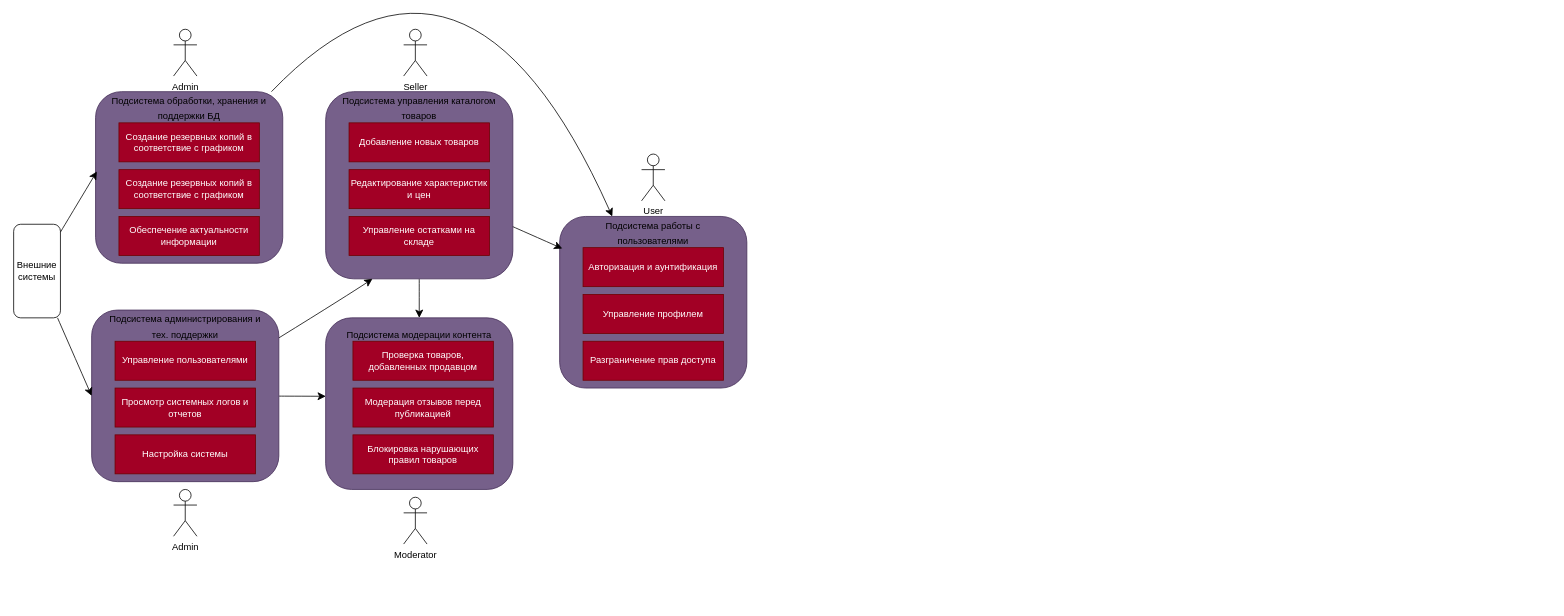
Above: ПИС_3.drawio in mopsin666/AKMS (draw.io), before the change. Source tidied: cells renumbered, new cells numbered last; positions are measured from the earlier drawing's top-left corner, leaving out a move shared by most shapes. Both pictures are drawn from the tidied source at 78%, with x=0, y=0 at pixel (13, -112).
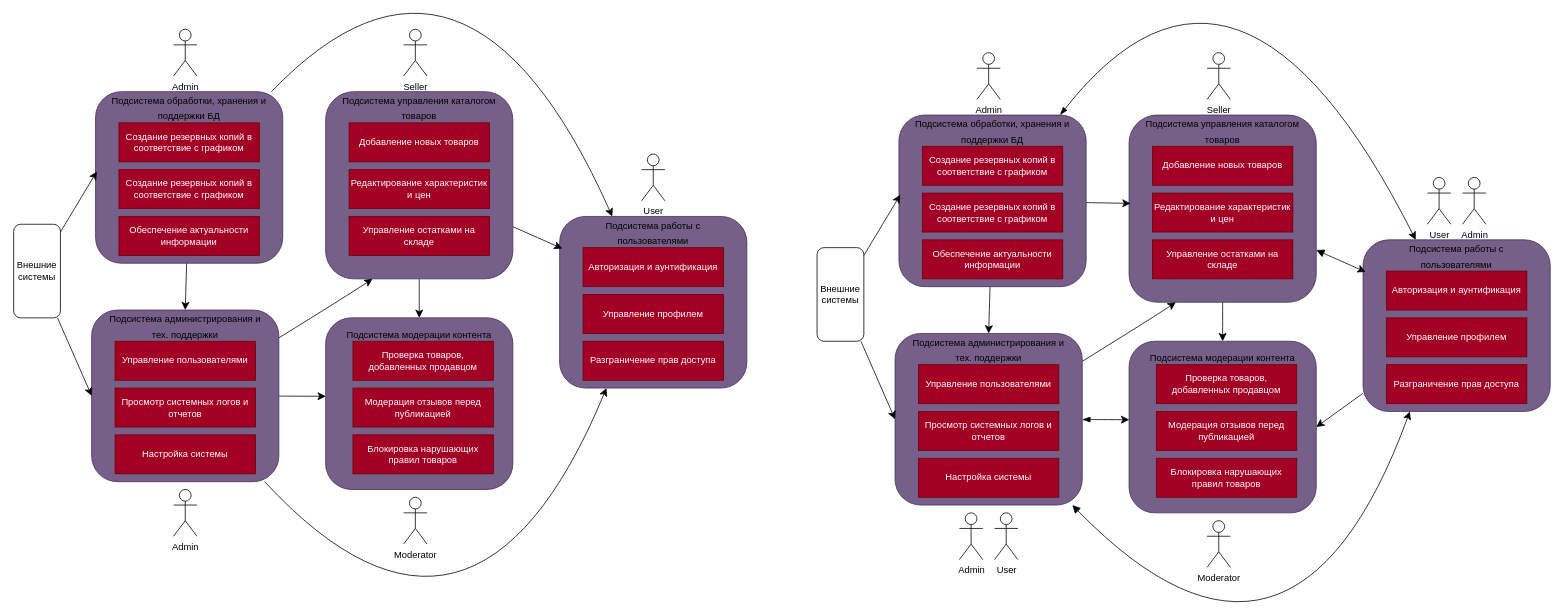
Above is the later version.

Unchanged cells that the change refers to:
```xml
<mxCell id="3" style="rounded=1;whiteSpace=wrap;html=1;fillColor=#76608a;fontColor=#ffffff;strokeColor=#432D57;" parent="1" vertex="1">
  <mxGeometry x="105" y="260" width="240" height="220" as="geometry" />
</mxCell>
<mxCell id="14" style="rounded=1;whiteSpace=wrap;html=1;fillColor=#76608a;fontColor=#ffffff;strokeColor=#432D57;" parent="1" vertex="1">
  <mxGeometry x="700" y="420" width="240" height="220" as="geometry" />
</mxCell>
<mxCell id="22" style="rounded=1;whiteSpace=wrap;html=1;fillColor=#76608a;fontColor=#ffffff;strokeColor=#432D57;" parent="1" vertex="1">
  <mxGeometry x="100" y="540" width="240" height="220" as="geometry" />
</mxCell>
<mxCell id="24" value="&lt;font style=&quot;font-size: 12px;&quot;&gt;Подсистема администрирования и тех. поддержки&lt;/font&gt;" style="text;html=1;whiteSpace=wrap;strokeColor=none;fillColor=none;align=center;verticalAlign=middle;rounded=0;fontSize=16;" parent="1" vertex="1">
  <mxGeometry x="115" y="540" width="210" height="40" as="geometry" />
</mxCell>
```

The edit, as a diff of the source:
```diff
@@
+    <mxCell id="40" style="edgeStyle=none;curved=1;rounded=0;jettySize=auto;html=1;entryX=0.5;entryY=0;entryDx=0;entryDy=0;fontSize=12;startSize=8;endSize=8;" parent="1" edge="1" source="3" target="24">
+      <mxGeometry relative="1" as="geometry" />
+    </mxCell>
@@
+    <mxCell id="41" style="edgeStyle=none;curved=1;rounded=0;jettySize=auto;html=1;entryX=0.25;entryY=1;entryDx=0;entryDy=0;fontSize=12;startSize=8;endSize=8;" parent="1" edge="1" source="22" target="14">
+      <mxGeometry relative="1" as="geometry">
+        <Array as="points">
+          <mxPoint x="590" y="1050" />
+        </Array>
+      </mxGeometry>
+    </mxCell>
@@
+    <mxCell id="42" style="edgeStyle=none;curved=1;rounded=0;jettySize=auto;html=1;entryX=0.25;entryY=0;entryDx=0;entryDy=0;fontSize=12;startSize=8;endSize=8;startArrow=blockThin;startFill=1;" parent="1" edge="1" source="44" target="58">
+      <mxGeometry relative="1" as="geometry">
+        <Array as="points">
+          <mxPoint x="1570" />
+        </Array>
+      </mxGeometry>
+    </mxCell>
+    <mxCell id="43" style="edgeStyle=none;curved=1;rounded=0;jettySize=auto;html=1;entryX=0.5;entryY=0;entryDx=0;entryDy=0;fontSize=12;startSize=8;endSize=8;" parent="1" edge="1" source="44" target="67">
+      <mxGeometry relative="1" as="geometry" />
+    </mxCell>
+    <mxCell id="44" style="rounded=1;whiteSpace=wrap;html=1;fillColor=#76608a;fontColor=#ffffff;strokeColor=#432D57;" parent="1" vertex="1">
+      <mxGeometry x="1135" y="290" width="240" height="220" as="geometry" />
+    </mxCell>
+    <mxCell id="45" value="Admin" style="shape=umlActor;verticalLabelPosition=bottom;verticalAlign=top;html=1;" parent="1" vertex="1">
+      <mxGeometry x="1235" y="210" width="30" height="60" as="geometry" />
+    </mxCell>
+    <mxCell id="46" value="&lt;font style=&quot;font-size: 12px;&quot;&gt;Подсистема обработки, хранения и поддержки БД&lt;/font&gt;" style="text;html=1;whiteSpace=wrap;strokeColor=none;fillColor=none;align=center;verticalAlign=middle;rounded=0;fontSize=16;" parent="1" vertex="1">
+      <mxGeometry x="1150" y="290" width="210" height="40" as="geometry" />
+    </mxCell>
+    <mxCell id="47" value="Создание резервных копий в соответствие с графиком" style="rounded=0;whiteSpace=wrap;html=1;fillColor=#a20025;fontColor=#ffffff;strokeColor=#6F0000;" parent="1" vertex="1">
+      <mxGeometry x="1165" y="330" width="180" height="50" as="geometry" />
+    </mxCell>
+    <mxCell id="48" value="Создание резервных копий в соответствие с графиком" style="rounded=0;whiteSpace=wrap;html=1;fillColor=#a20025;fontColor=#ffffff;strokeColor=#6F0000;" parent="1" vertex="1">
+      <mxGeometry x="1165" y="390" width="180" height="50" as="geometry" />
+    </mxCell>
+    <mxCell id="49" value="Обеспечение актуальности информации" style="rounded=0;whiteSpace=wrap;html=1;fillColor=#a20025;fontColor=#ffffff;strokeColor=#6F0000;" parent="1" vertex="1">
+      <mxGeometry x="1165" y="450" width="180" height="50" as="geometry" />
+    </mxCell>
+    <mxCell id="50" style="edgeStyle=none;curved=1;rounded=0;jettySize=auto;html=1;entryX=0.5;entryY=0;entryDx=0;entryDy=0;fontSize=12;startSize=8;endSize=8;" parent="1" edge="1" source="51" target="61">
+      <mxGeometry relative="1" as="geometry" />
+    </mxCell>
+    <mxCell id="51" style="rounded=1;whiteSpace=wrap;html=1;fillColor=#76608a;fontColor=#ffffff;strokeColor=#432D57;" parent="1" vertex="1">
+      <mxGeometry x="1430" y="290" width="240" height="240" as="geometry" />
+    </mxCell>
+    <mxCell id="52" value="Seller" style="shape=umlActor;verticalLabelPosition=bottom;verticalAlign=top;html=1;" parent="1" vertex="1">
+      <mxGeometry x="1530" y="210" width="30" height="60" as="geometry" />
+    </mxCell>
+    <mxCell id="53" value="&lt;font style=&quot;font-size: 12px;&quot;&gt;Подсистема управления каталогом товаров&lt;/font&gt;" style="text;html=1;whiteSpace=wrap;strokeColor=none;fillColor=none;align=center;verticalAlign=middle;rounded=0;fontSize=16;" parent="1" vertex="1">
+      <mxGeometry x="1445" y="290" width="210" height="40" as="geometry" />
+    </mxCell>
+    <mxCell id="54" value="Добавление новых товаров" style="rounded=0;whiteSpace=wrap;html=1;fillColor=#a20025;fontColor=#ffffff;strokeColor=#6F0000;" parent="1" vertex="1">
+      <mxGeometry x="1460" y="330" width="180" height="50" as="geometry" />
+    </mxCell>
+    <mxCell id="55" style="edgeStyle=none;curved=1;rounded=0;jettySize=auto;html=1;entryX=1;entryY=0.5;entryDx=0;entryDy=0;fontSize=12;startSize=8;endSize=8;" parent="1" edge="1" source="56" target="59">
+      <mxGeometry relative="1" as="geometry" />
+    </mxCell>
+    <mxCell id="56" style="rounded=1;whiteSpace=wrap;html=1;fillColor=#76608a;fontColor=#ffffff;strokeColor=#432D57;" parent="1" vertex="1">
+      <mxGeometry x="1730" y="450" width="240" height="220" as="geometry" />
+    </mxCell>
+    <mxCell id="57" value="User" style="shape=umlActor;verticalLabelPosition=bottom;verticalAlign=top;html=1;" parent="1" vertex="1">
+      <mxGeometry x="1812.5" y="370" width="30" height="60" as="geometry" />
+    </mxCell>
+    <mxCell id="58" value="&lt;font style=&quot;font-size: 12px;&quot;&gt;Подсистема работы с пользователями&lt;/font&gt;" style="text;html=1;whiteSpace=wrap;strokeColor=none;fillColor=none;align=center;verticalAlign=middle;rounded=0;fontSize=16;" parent="1" vertex="1">
+      <mxGeometry x="1745" y="450" width="210" height="40" as="geometry" />
+    </mxCell>
+    <mxCell id="59" style="rounded=1;whiteSpace=wrap;html=1;fillColor=#76608a;fontColor=#ffffff;strokeColor=#432D57;" parent="1" vertex="1">
+      <mxGeometry x="1430" y="580" width="240" height="220" as="geometry" />
+    </mxCell>
+    <mxCell id="60" value="Moderator" style="shape=umlActor;verticalLabelPosition=bottom;verticalAlign=top;html=1;" parent="1" vertex="1">
+      <mxGeometry x="1530" y="810" width="30" height="60" as="geometry" />
+    </mxCell>
+    <mxCell id="61" value="&lt;font style=&quot;font-size: 12px;&quot;&gt;Подсистема модерации контента&lt;/font&gt;" style="text;html=1;whiteSpace=wrap;strokeColor=none;fillColor=none;align=center;verticalAlign=middle;rounded=0;fontSize=16;" parent="1" vertex="1">
+      <mxGeometry x="1445" y="580" width="210" height="40" as="geometry" />
+    </mxCell>
+    <mxCell id="62" style="edgeStyle=none;curved=1;rounded=0;jettySize=auto;html=1;entryX=0.25;entryY=1;entryDx=0;entryDy=0;fontSize=12;startSize=8;endSize=8;" parent="1" edge="1" source="65" target="51">
+      <mxGeometry relative="1" as="geometry">
+        <Array as="points">
+          <mxPoint x="1460" y="550" />
+        </Array>
+      </mxGeometry>
+    </mxCell>
+    <mxCell id="63" style="edgeStyle=none;curved=1;rounded=0;jettySize=auto;html=1;fontSize=12;startSize=8;endSize=8;entryX=0.001;entryY=0.457;entryDx=0;entryDy=0;entryPerimeter=0;startArrow=blockThin;startFill=1;" parent="1" edge="1" source="65" target="59">
+      <mxGeometry relative="1" as="geometry" />
+    </mxCell>
+    <mxCell id="64" style="edgeStyle=none;curved=1;rounded=0;jettySize=auto;html=1;entryX=0.25;entryY=1;entryDx=0;entryDy=0;fontSize=12;startSize=8;endSize=8;startArrow=block;startFill=1;" parent="1" edge="1" source="65" target="56">
+      <mxGeometry relative="1" as="geometry">
+        <Array as="points">
+          <mxPoint x="1640" y="1080" />
+        </Array>
+      </mxGeometry>
+    </mxCell>
+    <mxCell id="65" style="rounded=1;whiteSpace=wrap;html=1;fillColor=#76608a;fontColor=#ffffff;strokeColor=#432D57;" parent="1" vertex="1">
+      <mxGeometry x="1130" y="570" width="240" height="220" as="geometry" />
+    </mxCell>
+    <mxCell id="66" value="Admin" style="shape=umlActor;verticalLabelPosition=bottom;verticalAlign=top;html=1;" parent="1" vertex="1">
+      <mxGeometry x="1212.5" y="800" width="30" height="60" as="geometry" />
+    </mxCell>
+    <mxCell id="67" value="&lt;font style=&quot;font-size: 12px;&quot;&gt;Подсистема администрирования и тех. поддержки&lt;/font&gt;" style="text;html=1;whiteSpace=wrap;strokeColor=none;fillColor=none;align=center;verticalAlign=middle;rounded=0;fontSize=16;" parent="1" vertex="1">
+      <mxGeometry x="1145" y="570" width="210" height="40" as="geometry" />
+    </mxCell>
+    <mxCell id="68" style="edgeStyle=none;curved=1;rounded=0;jettySize=auto;html=1;entryX=0;entryY=0.5;entryDx=0;entryDy=0;fontSize=12;startSize=8;endSize=8;" parent="1" edge="1" source="69" target="65">
+      <mxGeometry relative="1" as="geometry" />
+    </mxCell>
+    <mxCell id="69" value="Внешние системы" style="rounded=1;whiteSpace=wrap;html=1;direction=south;" parent="1" vertex="1">
+      <mxGeometry x="1030" y="460" width="60" height="120" as="geometry" />
+    </mxCell>
+    <mxCell id="70" value="Редактирование характеристик и цен" style="rounded=0;whiteSpace=wrap;html=1;fillColor=#a20025;fontColor=#ffffff;strokeColor=#6F0000;" parent="1" vertex="1">
+      <mxGeometry x="1460" y="390" width="180" height="50" as="geometry" />
+    </mxCell>
+    <mxCell id="71" value="Управление остатками на складе" style="rounded=0;whiteSpace=wrap;html=1;fillColor=#a20025;fontColor=#ffffff;strokeColor=#6F0000;" parent="1" vertex="1">
+      <mxGeometry x="1460" y="450" width="180" height="50" as="geometry" />
+    </mxCell>
+    <mxCell id="72" value="Авторизация и аунтификация" style="rounded=0;whiteSpace=wrap;html=1;fillColor=#a20025;fontColor=#ffffff;strokeColor=#6F0000;" parent="1" vertex="1">
+      <mxGeometry x="1760" y="490" width="180" height="50" as="geometry" />
+    </mxCell>
+    <mxCell id="73" value="Управление профилем" style="rounded=0;whiteSpace=wrap;html=1;fillColor=#a20025;fontColor=#ffffff;strokeColor=#6F0000;" parent="1" vertex="1">
+      <mxGeometry x="1760" y="550" width="180" height="50" as="geometry" />
+    </mxCell>
+    <mxCell id="74" value="Разграничение прав доступа" style="rounded=0;whiteSpace=wrap;html=1;fillColor=#a20025;fontColor=#ffffff;strokeColor=#6F0000;" parent="1" vertex="1">
+      <mxGeometry x="1760" y="610" width="180" height="50" as="geometry" />
+    </mxCell>
+    <mxCell id="75" value="Проверка товаров, добавленных продавцом" style="rounded=0;whiteSpace=wrap;html=1;fillColor=#a20025;fontColor=#ffffff;strokeColor=#6F0000;" parent="1" vertex="1">
+      <mxGeometry x="1465" y="610" width="180" height="50" as="geometry" />
+    </mxCell>
+    <mxCell id="76" value="Модерация отзывов перед публикацией" style="rounded=0;whiteSpace=wrap;html=1;fillColor=#a20025;fontColor=#ffffff;strokeColor=#6F0000;" parent="1" vertex="1">
+      <mxGeometry x="1465" y="670" width="180" height="50" as="geometry" />
+    </mxCell>
+    <mxCell id="77" value="Блокировка нарушающих правил товаров" style="rounded=0;whiteSpace=wrap;html=1;fillColor=#a20025;fontColor=#ffffff;strokeColor=#6F0000;" parent="1" vertex="1">
+      <mxGeometry x="1465" y="730" width="180" height="50" as="geometry" />
+    </mxCell>
+    <mxCell id="78" value="Управление пользователями" style="rounded=0;whiteSpace=wrap;html=1;fillColor=#a20025;fontColor=#ffffff;strokeColor=#6F0000;" parent="1" vertex="1">
+      <mxGeometry x="1160" y="610" width="180" height="50" as="geometry" />
+    </mxCell>
+    <mxCell id="79" value="Просмотр системных логов и отчетов" style="rounded=0;whiteSpace=wrap;html=1;fillColor=#a20025;fontColor=#ffffff;strokeColor=#6F0000;" parent="1" vertex="1">
+      <mxGeometry x="1160" y="670" width="180" height="50" as="geometry" />
+    </mxCell>
+    <mxCell id="80" value="Настройка системы" style="rounded=0;whiteSpace=wrap;html=1;fillColor=#a20025;fontColor=#ffffff;strokeColor=#6F0000;" parent="1" vertex="1">
+      <mxGeometry x="1160" y="730" width="180" height="50" as="geometry" />
+    </mxCell>
+    <mxCell id="81" style="edgeStyle=none;curved=1;rounded=0;jettySize=auto;html=1;entryX=0.007;entryY=0.465;entryDx=0;entryDy=0;entryPerimeter=0;fontSize=12;startSize=8;endSize=8;" parent="1" edge="1" source="69" target="44">
+      <mxGeometry relative="1" as="geometry" />
+    </mxCell>
+    <mxCell id="82" style="edgeStyle=none;curved=1;rounded=0;jettySize=auto;html=1;entryX=0.014;entryY=0.187;entryDx=0;entryDy=0;entryPerimeter=0;fontSize=12;startSize=8;endSize=8;startArrow=block;startFill=1;" parent="1" edge="1" source="51" target="56">
+      <mxGeometry relative="1" as="geometry" />
+    </mxCell>
+    <mxCell id="83" value="User" style="shape=umlActor;verticalLabelPosition=bottom;verticalAlign=top;html=1;" parent="1" vertex="1">
+      <mxGeometry x="1257.5" y="800" width="30" height="60" as="geometry" />
+    </mxCell>
+    <mxCell id="84" value="Admin" style="shape=umlActor;verticalLabelPosition=bottom;verticalAlign=top;html=1;" parent="1" vertex="1">
+      <mxGeometry x="1857.5" y="370" width="30" height="60" as="geometry" />
+    </mxCell>
+    <mxCell id="85" style="edgeStyle=none;curved=1;rounded=0;jettySize=auto;html=1;entryX=0.008;entryY=0.472;entryDx=0;entryDy=0;entryPerimeter=0;fontSize=12;startSize=8;endSize=8;" parent="1" edge="1" source="44" target="51">
+      <mxGeometry relative="1" as="geometry" />
+    </mxCell>
```
